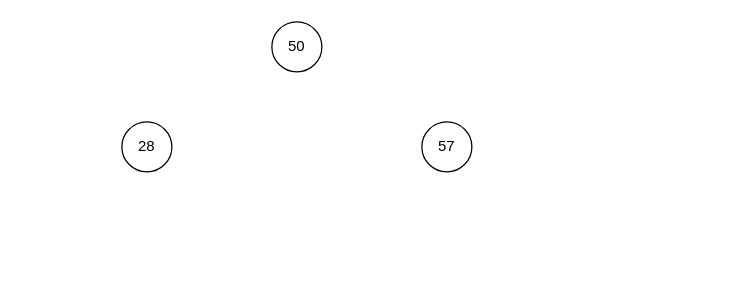
Before: avl_tree.drawio in semihhdemirel/semihhdemirel, a draw.io diagram. Source tidied: cells renumbered, new cells numbered last; positions are measured from the earlier drawing's top-left corner, leaving out a move shared by most shapes. Both pictures are drawn from the tidied source at 125%, with x=0, y=0 at pixel (121, 21).
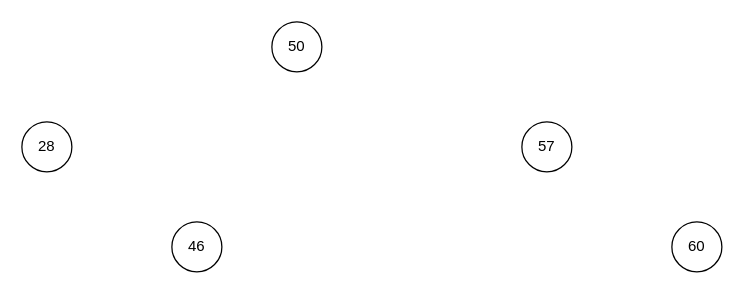
After the change.

Diff of the diagram source:
```diff
@@
 <mxGraphModel>
   <root>
     <mxCell id="0" />
     <mxCell id="1" parent="0" />
     <mxCell id="2" value="28" style="ellipse;whiteSpace=wrap;html=1;" parent="1" vertex="1">
-      <mxGeometry y="80" width="40" height="40" as="geometry" />
+      <mxGeometry x="-80" y="80" width="40" height="40" as="geometry" />
     </mxCell>
     <mxCell id="3" value="50" style="ellipse;whiteSpace=wrap;html=1;" parent="1" vertex="1">
       <mxGeometry x="120" width="40" height="40" as="geometry" />
     </mxCell>
     <mxCell id="4" value="57" style="ellipse;whiteSpace=wrap;html=1;" parent="1" vertex="1">
-      <mxGeometry x="240" y="80" width="40" height="40" as="geometry" />
+      <mxGeometry x="320" y="80" width="40" height="40" as="geometry" />
     </mxCell>
+    <mxCell id="5" value="60" style="ellipse;whiteSpace=wrap;html=1;" parent="1" vertex="1">
+      <mxGeometry x="440" y="160" width="40" height="40" as="geometry" />
+    </mxCell>
+    <mxCell id="6" value="46" style="ellipse;whiteSpace=wrap;html=1;" parent="1" vertex="1">
+      <mxGeometry x="40" y="160" width="40" height="40" as="geometry" />
+    </mxCell>
   </root>
 </mxGraphModel>
```
